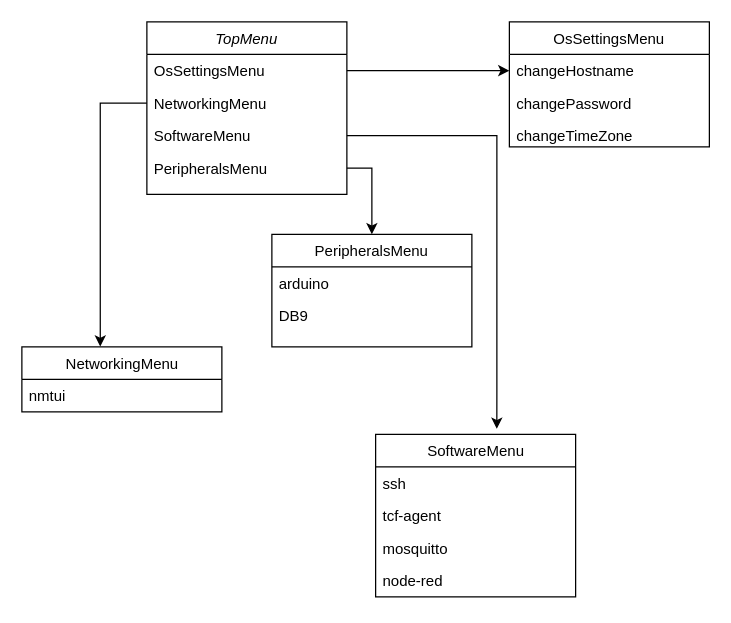
The draw.io diagram iot2050setup.drawio in AsuraZeng/just-for-mark, before the edit. Source tidied: cells renumbered, new cells numbered last; positions are measured from the earlier drawing's top-left corner, leaving out a move shared by most shapes. Both pictures are drawn from the tidied source at 125%, with x=0, y=0 at pixel (21, 21).
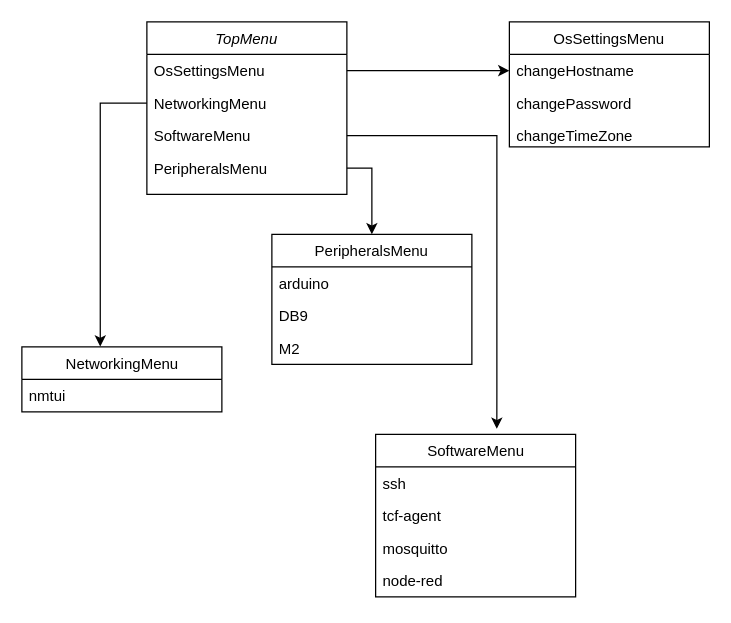
The same page after the edit.

Change to the diagram source:
```diff
@@
     <mxCell id="19" value="PeripheralsMenu" style="swimlane;fontStyle=0;align=center;verticalAlign=top;horizontal=1;startSize=26;rounded=0;shadow=0;strokeWidth=1;" parent="1" vertex="1">
-      <mxGeometry x="200" y="170" width="160" height="90" as="geometry" />
+      <mxGeometry x="200" y="170" width="160" height="104" as="geometry" />
     </mxCell>
@@
+    <mxCell id="25" value="M2" style="text;align=left;verticalAlign=top;spacingLeft=4;spacingRight=4;overflow=hidden;" parent="19" vertex="1">
+      <mxGeometry y="78" width="160" height="26" as="geometry" />
+    </mxCell>
```
